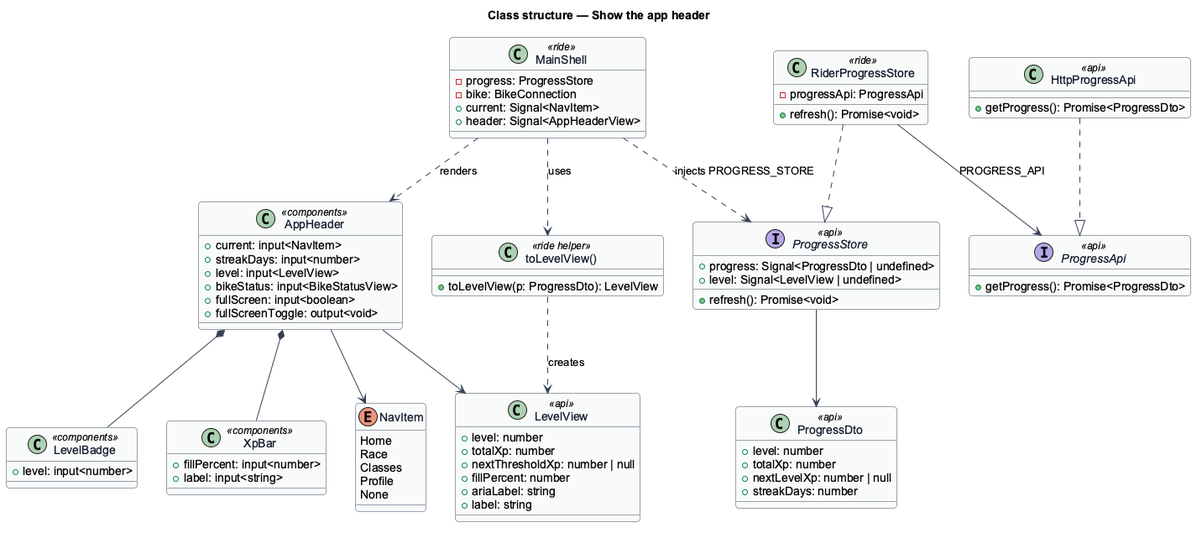
This is docs/detailed-designs/home/show-the-app-header/diagrams/class-structure.png from QuinntyneBrown/ride-one, a PlantUML export, as it was before one commit. Source of this version:
```plantuml
@startuml
skinparam backgroundColor #FFFFFF
skinparam shadowing false
skinparam roundcorner 8
skinparam defaultFontName Arial
skinparam ArrowColor #344054
skinparam class {
  BorderColor #344054
  FontColor #101828
  BackgroundColor #F9FAFB
}
title Class structure — Show the app header
enum NavItem {
  Home
  Race
  Classes
  Profile
  None
}
class MainShell <<ride>> {
  -progress: ProgressStore
  -bike: BikeConnection
  +current: Signal<NavItem>
  +header: Signal<AppHeaderView>
}
interface ProgressStore <<api>> {
  +progress: Signal<ProgressDto | undefined>
  +level: Signal<LevelView | undefined>
  +refresh(): Promise<void>
}
class RiderProgressStore <<ride>> {
  -progressApi: ProgressApi
  +refresh(): Promise<void>
}
interface ProgressApi <<api>> {
  +getProgress(): Promise<ProgressDto>
}
class HttpProgressApi <<api>> {
  +getProgress(): Promise<ProgressDto>
}
class AppHeader <<components>> {
  +current: input<NavItem>
  +streakDays: input<number>
  +level: input<LevelView>
  +bikeStatus: input<BikeStatusView>
  +fullScreen: input<boolean>
  +fullScreenToggle: output<void>
}
class LevelView <<api>> {
  +level: number
  +totalXp: number
  +nextThresholdXp: number | null
  +fillPercent: number
  +ariaLabel: string
  +label: string
}
class ProgressDto <<api>> {
  +level: number
  +totalXp: number
  +nextLevelXp: number | null
  +streakDays: number
}
class LevelBadge <<components>> {
  +level: input<number>
}
class XpBar <<components>> {
  +fillPercent: input<number>
  +label: input<string>
}
class "toLevelView()" as toLevelView <<ride helper>> {
  +toLevelView(p: ProgressDto): LevelView
}
MainShell ..> ProgressStore : injects PROGRESS_STORE
MainShell ..> AppHeader : renders
MainShell ..> toLevelView : uses
RiderProgressStore ..|> ProgressStore
HttpProgressApi ..|> ProgressApi
RiderProgressStore --> ProgressApi : PROGRESS_API
ProgressStore --> ProgressDto
AppHeader *-- LevelBadge
AppHeader *-- XpBar
AppHeader --> NavItem
AppHeader --> LevelView
toLevelView ..> LevelView : creates
@enduml
```
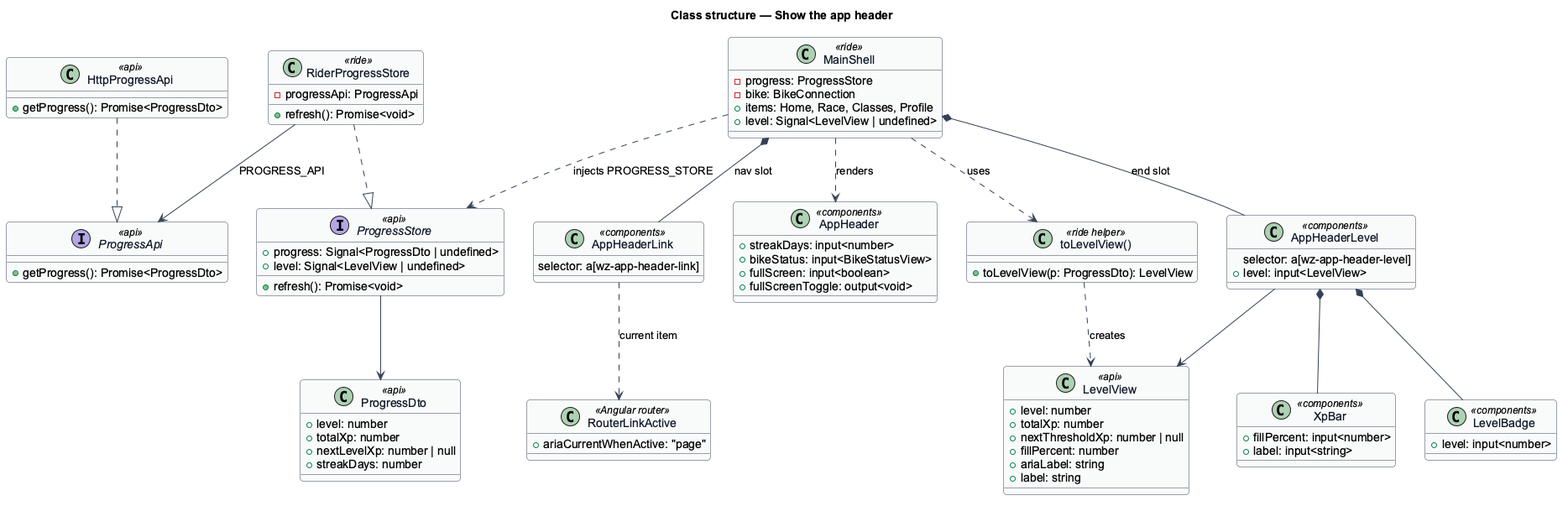
Above is the later version.

The edit, as a diff of the source:
```diff
@@ -10,18 +10,11 @@
   BackgroundColor #F9FAFB
 }
 title Class structure — Show the app header
-enum NavItem {
-  Home
-  Race
-  Classes
-  Profile
-  None
-}
 class MainShell <<ride>> {
   -progress: ProgressStore
   -bike: BikeConnection
-  +current: Signal<NavItem>
-  +header: Signal<AppHeaderView>
+  +items: Home, Race, Classes, Profile
+  +level: Signal<LevelView | undefined>
 }
 interface ProgressStore <<api>> {
   +progress: Signal<ProgressDto | undefined>
@@ -38,10 +31,18 @@
 class HttpProgressApi <<api>> {
   +getProgress(): Promise<ProgressDto>
 }
+class AppHeaderLink <<components>> {
+  selector: a[wz-app-header-link]
+}
+class AppHeaderLevel <<components>> {
+  selector: a[wz-app-header-level]
+  +level: input<LevelView>
+}
+class RouterLinkActive <<Angular router>> {
+  +ariaCurrentWhenActive: "page"
+}
 class AppHeader <<components>> {
-  +current: input<NavItem>
   +streakDays: input<number>
-  +level: input<LevelView>
   +bikeStatus: input<BikeStatusView>
   +fullScreen: input<boolean>
   +fullScreenToggle: output<void>
@@ -77,9 +78,11 @@
 HttpProgressApi ..|> ProgressApi
 RiderProgressStore --> ProgressApi : PROGRESS_API
 ProgressStore --> ProgressDto
-AppHeader *-- LevelBadge
-AppHeader *-- XpBar
-AppHeader --> NavItem
-AppHeader --> LevelView
+MainShell *-- AppHeaderLink : nav slot
+MainShell *-- AppHeaderLevel : end slot
+AppHeaderLink ..> RouterLinkActive : current item
+AppHeaderLevel *-- LevelBadge
+AppHeaderLevel *-- XpBar
+AppHeaderLevel --> LevelView
 toLevelView ..> LevelView : creates
 @enduml
```
